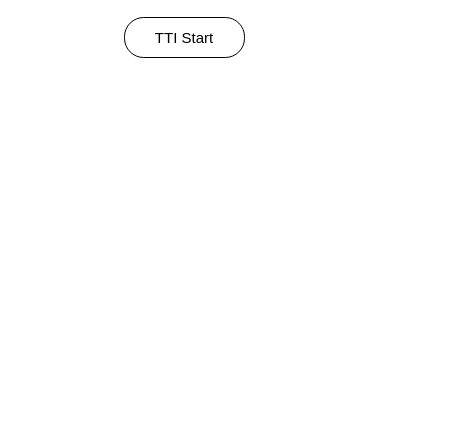
Graduation-Project-VHT/Diagrams keeps this draw.io diagram as MaxCI-Flowchart.drawio. Above is the earlier version. Source tidied: cells renumbered, new cells numbered last; positions are measured from the earlier drawing's top-left corner, leaving out a move shared by most shapes. Both pictures are drawn from the tidied source at 100%, with x=0, y=0 at pixel (124, 17).
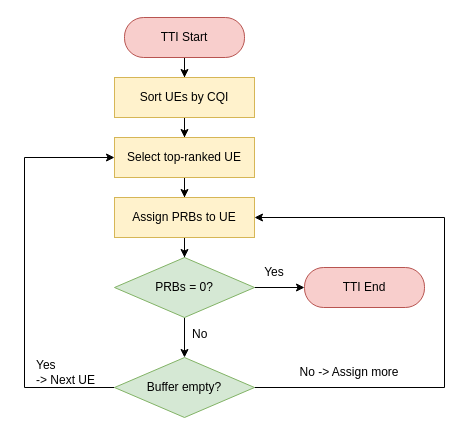
The same diagram, later.

What changed in the source:
```diff
@@
+    <mxCell id="3" style="edgeStyle=orthogonalEdgeStyle;rounded=0;jettySize=auto;html=1;" parent="1" edge="1" source="2" target="5">
+      <mxGeometry relative="1" as="geometry" />
+    </mxCell>
-    <mxCell id="2" value="TTI Start" style="rounded=1;whiteSpace=wrap;html=1;fontSize=15;arcSize=48;" parent="1" vertex="1">
+    <mxCell id="2" value="TTI Start" style="rounded=1;whiteSpace=wrap;html=1;fontSize=12;arcSize=48;fillColor=#f8cecc;strokeColor=#b85450;" parent="1" vertex="1">
       <mxGeometry width="120" height="40" as="geometry" />
     </mxCell>
+    <mxCell id="4" style="edgeStyle=orthogonalEdgeStyle;rounded=0;jettySize=auto;html=1;" parent="1" edge="1" source="5" target="7">
+      <mxGeometry relative="1" as="geometry" />
+    </mxCell>
+    <mxCell id="5" value="Sort UEs by CQI" style="rounded=0;whiteSpace=wrap;html=1;fillColor=#fff2cc;strokeColor=#d6b656;" parent="1" vertex="1">
+      <mxGeometry x="-10" y="60" width="140" height="40" as="geometry" />
+    </mxCell>
+    <mxCell id="6" style="edgeStyle=orthogonalEdgeStyle;rounded=0;jettySize=auto;html=1;" parent="1" edge="1" source="7" target="9">
+      <mxGeometry relative="1" as="geometry" />
+    </mxCell>
+    <mxCell id="7" value="Select top-ranked UE" style="rounded=0;whiteSpace=wrap;html=1;fillColor=#fff2cc;strokeColor=#d6b656;" parent="1" vertex="1">
+      <mxGeometry x="-10" y="120" width="140" height="40" as="geometry" />
+    </mxCell>
+    <mxCell id="8" style="edgeStyle=orthogonalEdgeStyle;rounded=0;jettySize=auto;html=1;" parent="1" edge="1" source="9" target="12">
+      <mxGeometry relative="1" as="geometry" />
+    </mxCell>
+    <mxCell id="9" value="Assign PRBs to UE" style="rounded=0;whiteSpace=wrap;html=1;fillColor=#fff2cc;strokeColor=#d6b656;" parent="1" vertex="1">
+      <mxGeometry x="-10" y="180" width="140" height="40" as="geometry" />
+    </mxCell>
+    <mxCell id="10" style="edgeStyle=orthogonalEdgeStyle;rounded=0;jettySize=auto;html=1;" parent="1" edge="1" source="12" target="13">
+      <mxGeometry relative="1" as="geometry" />
+    </mxCell>
+    <mxCell id="11" style="edgeStyle=orthogonalEdgeStyle;rounded=0;jettySize=auto;html=1;" parent="1" edge="1" source="12" target="17">
+      <mxGeometry relative="1" as="geometry" />
+    </mxCell>
+    <mxCell id="12" value="PRBs = 0?" style="rhombus;whiteSpace=wrap;html=1;fillColor=#d5e8d4;strokeColor=#82b366;" parent="1" vertex="1">
+      <mxGeometry x="-10" y="240" width="140" height="60" as="geometry" />
+    </mxCell>
+    <mxCell id="13" value="TTI End" style="rounded=1;whiteSpace=wrap;html=1;fontSize=12;arcSize=48;fillColor=#f8cecc;strokeColor=#b85450;" parent="1" vertex="1">
+      <mxGeometry x="180" y="250" width="120" height="40" as="geometry" />
+    </mxCell>
+    <mxCell id="14" value="Yes" style="text;html=1;whiteSpace=wrap;strokeColor=none;fillColor=none;align=center;verticalAlign=middle;rounded=0;" parent="1" vertex="1">
+      <mxGeometry x="120" y="240" width="60" height="30" as="geometry" />
+    </mxCell>
+    <mxCell id="15" style="edgeStyle=orthogonalEdgeStyle;rounded=0;jettySize=auto;html=1;entryX=1;entryY=0.5;entryDx=0;entryDy=0;" parent="1" edge="1" source="17" target="9">
+      <mxGeometry relative="1" as="geometry">
+        <Array as="points">
+          <mxPoint x="320" y="370" />
+          <mxPoint x="320" y="200" />
+        </Array>
+      </mxGeometry>
+    </mxCell>
+    <mxCell id="16" style="edgeStyle=orthogonalEdgeStyle;rounded=0;jettySize=auto;html=1;entryX=0;entryY=0.5;entryDx=0;entryDy=0;" parent="1" edge="1" source="17" target="7">
+      <mxGeometry relative="1" as="geometry">
+        <Array as="points">
+          <mxPoint x="-100" y="370" />
+          <mxPoint x="-100" y="140" />
+        </Array>
+      </mxGeometry>
+    </mxCell>
+    <mxCell id="17" value="Buffer empty?" style="rhombus;whiteSpace=wrap;html=1;fillColor=#d5e8d4;strokeColor=#82b366;" parent="1" vertex="1">
+      <mxGeometry x="-10" y="340" width="140" height="60" as="geometry" />
+    </mxCell>
+    <mxCell id="18" value="No" style="text;html=1;whiteSpace=wrap;strokeColor=none;fillColor=none;align=left;verticalAlign=middle;rounded=0;" parent="1" vertex="1">
+      <mxGeometry x="66" y="302" width="35" height="30" as="geometry" />
+    </mxCell>
+    <mxCell id="19" value="No -&amp;gt; Assign more" style="text;html=1;whiteSpace=wrap;strokeColor=none;fillColor=none;align=center;verticalAlign=middle;rounded=0;" parent="1" vertex="1">
+      <mxGeometry x="170" y="340" width="110" height="30" as="geometry" />
+    </mxCell>
+    <mxCell id="20" value="Yes&lt;div&gt;-&amp;gt; Next UE&lt;/div&gt;" style="text;html=1;whiteSpace=wrap;strokeColor=none;fillColor=none;align=left;verticalAlign=middle;rounded=0;" parent="1" vertex="1">
+      <mxGeometry x="-90" y="340" width="70" height="30" as="geometry" />
+    </mxCell>
```
